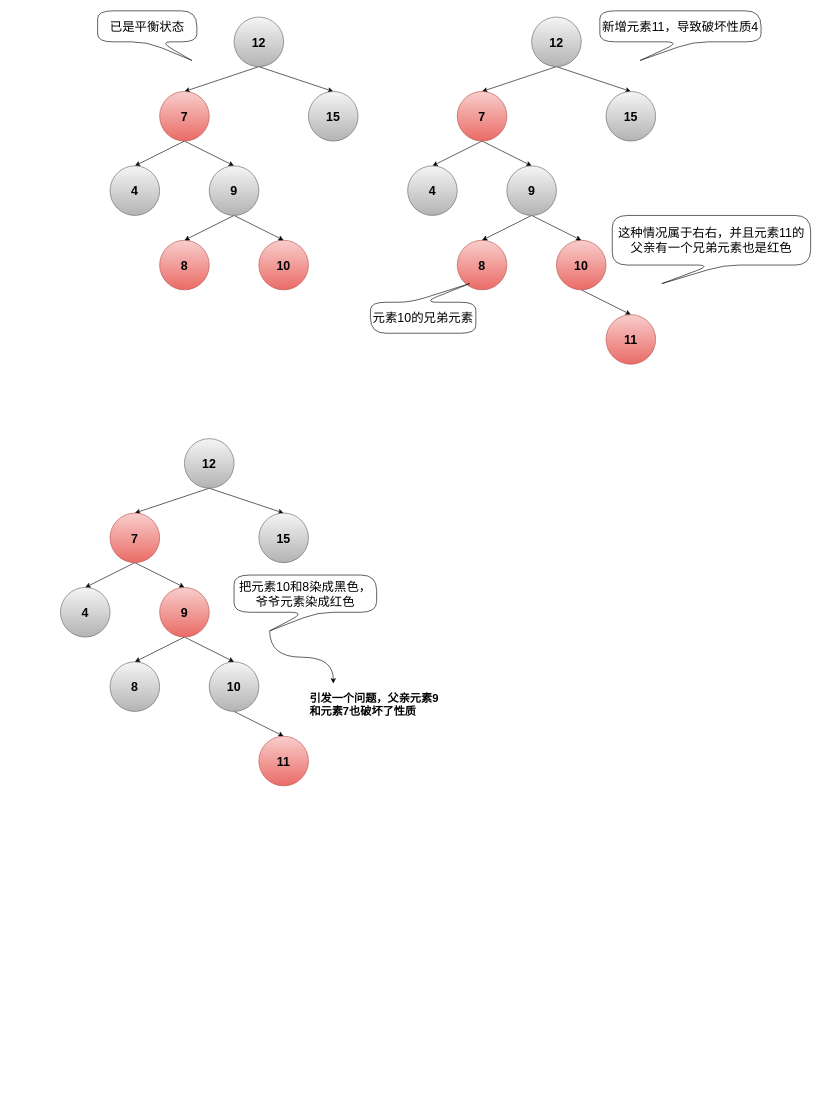
Before: page "右右-伴有兄弟节点" (5 of 5) of typora/JavaSE/6 集合/drawio/HashMap/红黑树失衡情况.drawio in LDChing0321/JavaLearn, a draw.io diagram. Source tidied: cells renumbered, new cells numbered last; positions are measured from the earlier drawing's top-left corner, leaving out a move shared by most shapes. Both pictures are drawn from the tidied source at 62%, with x=0, y=0 at pixel (60, 11).
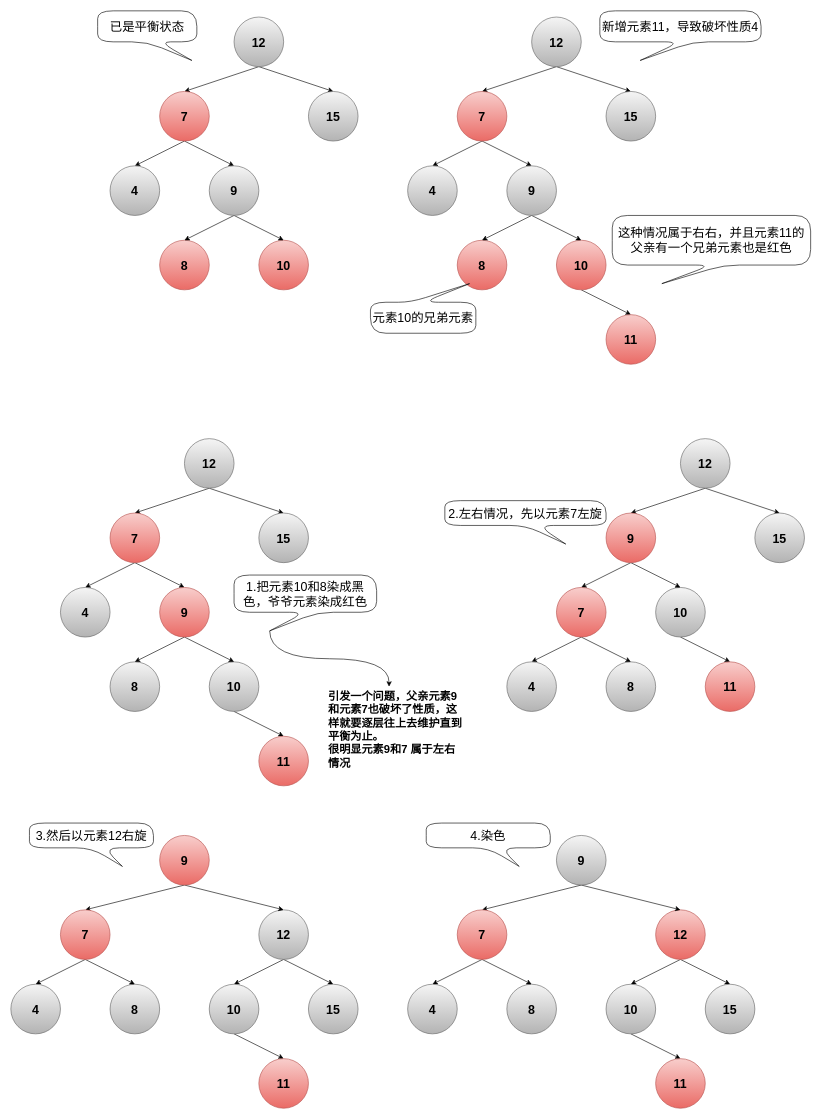
After the change.

Commit message:
更新红黑树失衡情况.drawio

What changed in the source:
```diff
@@
-    <mxCell id="49" style="edgeStyle=orthogonalEdgeStyle;rounded=0;jettySize=auto;html=1;exitX=0;exitY=0;exitDx=57.5;exitDy=90;exitPerimeter=0;entryX=0;entryY=0.5;entryDx=0;entryDy=0;curved=1;" parent="1" edge="1" source="50">
+    <mxCell id="49" style="edgeStyle=orthogonalEdgeStyle;rounded=0;jettySize=auto;html=1;exitX=0;exitY=0;exitDx=57.5;exitDy=90;exitPerimeter=0;curved=1;" parent="1" edge="1" source="50">
       <mxGeometry relative="1" as="geometry">
-        <mxPoint x="440" y="1085" as="targetPoint" />
+        <mxPoint x="530" y="1090" as="targetPoint" />
       </mxGeometry>
     </mxCell>
-    <mxCell id="50" value="把元素10和8染成黑色，爷爷元素染成红色" style="shape=callout;whiteSpace=wrap;html=1;perimeter=calloutPerimeter;fontSize=20;rounded=1;arcSize=50;position2=0.25;fontStyle=0;" parent="1" vertex="1">
+    <mxCell id="50" value="1.把元素10和8染成黑色，爷爷元素染成红色" style="shape=callout;whiteSpace=wrap;html=1;perimeter=calloutPerimeter;fontSize=20;rounded=1;arcSize=50;position2=0.25;fontStyle=0;" parent="1" vertex="1">
       <mxGeometry x="280" y="910" width="230" height="90" as="geometry" />
     </mxCell>
-    <mxCell id="51" value="引发一个问题，父亲元素9和元素7也破坏了性质" style="text;html=1;strokeColor=none;fillColor=none;align=left;verticalAlign=middle;whiteSpace=wrap;rounded=0;fontSize=18;fontStyle=1;" parent="1" vertex="1">
-      <mxGeometry x="400" y="1100" width="220" height="40" as="geometry" />
+    <mxCell id="51" value="引发一个问题，父亲元素9和元素7也破坏了性质，这样就要逐层往上去维护直到平衡为止。&lt;br&gt;很明显元素9和7 属于左右情况" style="text;html=1;strokeColor=none;fillColor=none;align=left;verticalAlign=middle;whiteSpace=wrap;rounded=0;fontSize=18;fontStyle=1;" parent="1" vertex="1">
+      <mxGeometry x="430" y="1140" width="220" height="40" as="geometry" />
     </mxCell>
+    <mxCell id="52" style="rounded=0;jettySize=auto;html=1;exitX=0.5;exitY=1;exitDx=0;exitDy=0;entryX=0.5;entryY=0;entryDx=0;entryDy=0;fontSize=20;" parent="1" edge="1" source="54">
+      <mxGeometry relative="1" as="geometry">
+        <mxPoint x="920" y="810" as="targetPoint" />
+      </mxGeometry>
+    </mxCell>
+    <mxCell id="53" style="edgeStyle=none;rounded=0;jettySize=auto;html=1;exitX=0.5;exitY=1;exitDx=0;exitDy=0;entryX=0.5;entryY=0;entryDx=0;entryDy=0;fontSize=20;" parent="1" edge="1" source="54" target="56">
+      <mxGeometry relative="1" as="geometry" />
+    </mxCell>
+    <mxCell id="54" value="&lt;b style=&quot;font-size: 20px;&quot;&gt;12&lt;/b&gt;" style="ellipse;whiteSpace=wrap;html=1;fontSize=20;fillColor=#f5f5f5;gradientColor=#b3b3b3;strokeColor=#666666;" parent="1" vertex="1">
+      <mxGeometry x="1000" y="690" width="80" height="80" as="geometry" />
+    </mxCell>
+    <mxCell id="55" style="edgeStyle=none;rounded=0;jettySize=auto;html=1;exitX=0.5;exitY=1;exitDx=0;exitDy=0;entryX=0.5;entryY=0;entryDx=0;entryDy=0;fontSize=20;" parent="1" edge="1" target="57">
+      <mxGeometry relative="1" as="geometry">
+        <mxPoint x="840" y="1010" as="sourcePoint" />
+      </mxGeometry>
+    </mxCell>
+    <mxCell id="56" value="&lt;b style=&quot;font-size: 20px;&quot;&gt;15&lt;/b&gt;" style="ellipse;whiteSpace=wrap;html=1;fontSize=20;fillColor=#f5f5f5;gradientColor=#b3b3b3;strokeColor=#666666;" parent="1" vertex="1">
+      <mxGeometry x="1120" y="810" width="80" height="80" as="geometry" />
+    </mxCell>
+    <mxCell id="57" value="&lt;b style=&quot;font-size: 20px;&quot;&gt;4&lt;/b&gt;" style="ellipse;whiteSpace=wrap;html=1;fontSize=20;fillColor=#f5f5f5;gradientColor=#b3b3b3;strokeColor=#666666;" parent="1" vertex="1">
+      <mxGeometry x="720" y="1050" width="80" height="80" as="geometry" />
+    </mxCell>
+    <mxCell id="58" style="rounded=0;jettySize=auto;html=1;exitX=0.5;exitY=1;exitDx=0;exitDy=0;entryX=0.5;entryY=0;entryDx=0;entryDy=0;" parent="1" edge="1" source="59" target="64">
+      <mxGeometry relative="1" as="geometry" />
+    </mxCell>
+    <mxCell id="59" value="&lt;b style=&quot;font-size: 20px;&quot;&gt;10&lt;/b&gt;" style="ellipse;whiteSpace=wrap;html=1;fontSize=20;fillColor=#f5f5f5;gradientColor=#b3b3b3;strokeColor=#666666;" parent="1" vertex="1">
+      <mxGeometry x="960" y="930" width="80" height="80" as="geometry" />
+    </mxCell>
+    <mxCell id="60" value="&lt;b style=&quot;font-size: 20px;&quot;&gt;8&lt;/b&gt;" style="ellipse;whiteSpace=wrap;html=1;fontSize=20;fillColor=#f5f5f5;gradientColor=#b3b3b3;strokeColor=#666666;" parent="1" vertex="1">
+      <mxGeometry x="880" y="1050" width="80" height="80" as="geometry" />
+    </mxCell>
+    <mxCell id="61" style="edgeStyle=none;rounded=0;jettySize=auto;html=1;exitX=0.5;exitY=1;exitDx=0;exitDy=0;entryX=0.5;entryY=0;entryDx=0;entryDy=0;fontSize=15;" parent="1" edge="1" source="63" target="59">
+      <mxGeometry relative="1" as="geometry" />
+    </mxCell>
+    <mxCell id="62" style="edgeStyle=none;rounded=0;jettySize=auto;html=1;exitX=0.5;exitY=1;exitDx=0;exitDy=0;entryX=0.5;entryY=0;entryDx=0;entryDy=0;fontSize=18;" parent="1" edge="1" source="63" target="67">
+      <mxGeometry relative="1" as="geometry" />
+    </mxCell>
+    <mxCell id="63" value="&lt;b style=&quot;font-size: 20px;&quot;&gt;9&lt;/b&gt;" style="ellipse;whiteSpace=wrap;html=1;fontSize=20;fillColor=#f8cecc;gradientColor=#ea6b66;strokeColor=#b85450;" parent="1" vertex="1">
+      <mxGeometry x="880" y="810" width="80" height="80" as="geometry" />
+    </mxCell>
+    <mxCell id="64" value="&lt;b style=&quot;font-size: 20px;&quot;&gt;11&lt;/b&gt;" style="ellipse;whiteSpace=wrap;html=1;fontSize=20;fillColor=#f8cecc;gradientColor=#ea6b66;strokeColor=#b85450;" parent="1" vertex="1">
+      <mxGeometry x="1040" y="1050" width="80" height="80" as="geometry" />
+    </mxCell>
+    <mxCell id="65" value="2.左右情况，先以元素7左旋" style="shape=callout;whiteSpace=wrap;html=1;perimeter=calloutPerimeter;fontSize=20;rounded=1;arcSize=50;position2=0.75;fontStyle=0;" parent="1" vertex="1">
+      <mxGeometry x="620" y="790" width="260" height="70" as="geometry" />
+    </mxCell>
+    <mxCell id="66" style="rounded=0;jettySize=auto;html=1;exitX=0.5;exitY=1;exitDx=0;exitDy=0;entryX=0.5;entryY=0;entryDx=0;entryDy=0;fontSize=18;" parent="1" edge="1" source="67" target="60">
+      <mxGeometry relative="1" as="geometry" />
+    </mxCell>
+    <mxCell id="67" value="&lt;b style=&quot;font-size: 20px;&quot;&gt;7&lt;/b&gt;" style="ellipse;whiteSpace=wrap;html=1;fontSize=20;fillColor=#f8cecc;strokeColor=#b85450;gradientColor=#ea6b66;" parent="1" vertex="1">
+      <mxGeometry x="800" y="930" width="80" height="80" as="geometry" />
+    </mxCell>
+    <mxCell id="68" style="edgeStyle=none;rounded=0;jettySize=auto;html=1;exitX=0.5;exitY=1;exitDx=0;exitDy=0;entryX=0.5;entryY=0;entryDx=0;entryDy=0;fontSize=20;" parent="1" edge="1" source="70" target="72">
+      <mxGeometry relative="1" as="geometry" />
+    </mxCell>
+    <mxCell id="69" style="edgeStyle=none;rounded=0;jettySize=auto;html=1;exitX=0.5;exitY=1;exitDx=0;exitDy=0;entryX=0.5;entryY=0;entryDx=0;entryDy=0;fontSize=18;" parent="1" edge="1" source="70" target="75">
+      <mxGeometry relative="1" as="geometry" />
+    </mxCell>
+    <mxCell id="70" value="&lt;b style=&quot;font-size: 20px;&quot;&gt;12&lt;/b&gt;" style="ellipse;whiteSpace=wrap;html=1;fontSize=20;fillColor=#f5f5f5;gradientColor=#b3b3b3;strokeColor=#666666;" parent="1" vertex="1">
+      <mxGeometry x="320" y="1450" width="80" height="80" as="geometry" />
+    </mxCell>
+    <mxCell id="71" style="edgeStyle=none;rounded=0;jettySize=auto;html=1;exitX=0.5;exitY=1;exitDx=0;exitDy=0;entryX=0.5;entryY=0;entryDx=0;entryDy=0;fontSize=20;" parent="1" edge="1" target="73">
+      <mxGeometry relative="1" as="geometry">
+        <mxPoint x="40" y="1530" as="sourcePoint" />
+      </mxGeometry>
+    </mxCell>
+    <mxCell id="72" value="&lt;b style=&quot;font-size: 20px;&quot;&gt;15&lt;/b&gt;" style="ellipse;whiteSpace=wrap;html=1;fontSize=20;fillColor=#f5f5f5;gradientColor=#b3b3b3;strokeColor=#666666;" parent="1" vertex="1">
+      <mxGeometry x="400" y="1570" width="80" height="80" as="geometry" />
+    </mxCell>
+    <mxCell id="73" value="&lt;b style=&quot;font-size: 20px;&quot;&gt;4&lt;/b&gt;" style="ellipse;whiteSpace=wrap;html=1;fontSize=20;fillColor=#f5f5f5;gradientColor=#b3b3b3;strokeColor=#666666;" parent="1" vertex="1">
+      <mxGeometry x="-80" y="1570" width="80" height="80" as="geometry" />
+    </mxCell>
+    <mxCell id="74" style="rounded=0;jettySize=auto;html=1;exitX=0.5;exitY=1;exitDx=0;exitDy=0;entryX=0.5;entryY=0;entryDx=0;entryDy=0;" parent="1" edge="1" source="75" target="80">
+      <mxGeometry relative="1" as="geometry" />
+    </mxCell>
+    <mxCell id="75" value="&lt;b style=&quot;font-size: 20px;&quot;&gt;10&lt;/b&gt;" style="ellipse;whiteSpace=wrap;html=1;fontSize=20;fillColor=#f5f5f5;gradientColor=#b3b3b3;strokeColor=#666666;" parent="1" vertex="1">
+      <mxGeometry x="240" y="1570" width="80" height="80" as="geometry" />
+    </mxCell>
+    <mxCell id="76" value="&lt;b style=&quot;font-size: 20px;&quot;&gt;8&lt;/b&gt;" style="ellipse;whiteSpace=wrap;html=1;fontSize=20;fillColor=#f5f5f5;gradientColor=#b3b3b3;strokeColor=#666666;" parent="1" vertex="1">
+      <mxGeometry x="80" y="1570" width="80" height="80" as="geometry" />
+    </mxCell>
+    <mxCell id="77" style="edgeStyle=none;rounded=0;jettySize=auto;html=1;exitX=0.5;exitY=1;exitDx=0;exitDy=0;entryX=0.5;entryY=0;entryDx=0;entryDy=0;fontSize=18;" parent="1" edge="1" source="79" target="82">
+      <mxGeometry relative="1" as="geometry" />
+    </mxCell>
+    <mxCell id="78" style="edgeStyle=none;rounded=0;jettySize=auto;html=1;exitX=0.5;exitY=1;exitDx=0;exitDy=0;entryX=0.5;entryY=0;entryDx=0;entryDy=0;fontSize=18;" parent="1" edge="1" source="79" target="70">
+      <mxGeometry relative="1" as="geometry" />
+    </mxCell>
+    <mxCell id="79" value="&lt;b style=&quot;font-size: 20px;&quot;&gt;9&lt;/b&gt;" style="ellipse;whiteSpace=wrap;html=1;fontSize=20;fillColor=#f8cecc;gradientColor=#ea6b66;strokeColor=#b85450;" parent="1" vertex="1">
+      <mxGeometry x="160" y="1330" width="80" height="80" as="geometry" />
+    </mxCell>
+    <mxCell id="80" value="&lt;b style=&quot;font-size: 20px;&quot;&gt;11&lt;/b&gt;" style="ellipse;whiteSpace=wrap;html=1;fontSize=20;fillColor=#f8cecc;gradientColor=#ea6b66;strokeColor=#b85450;" parent="1" vertex="1">
+      <mxGeometry x="320" y="1690" width="80" height="80" as="geometry" />
+    </mxCell>
+    <mxCell id="81" style="rounded=0;jettySize=auto;html=1;exitX=0.5;exitY=1;exitDx=0;exitDy=0;entryX=0.5;entryY=0;entryDx=0;entryDy=0;fontSize=18;" parent="1" edge="1" source="82" target="76">
+      <mxGeometry relative="1" as="geometry" />
+    </mxCell>
+    <mxCell id="82" value="&lt;b style=&quot;font-size: 20px;&quot;&gt;7&lt;/b&gt;" style="ellipse;whiteSpace=wrap;html=1;fontSize=20;fillColor=#f8cecc;strokeColor=#b85450;gradientColor=#ea6b66;" parent="1" vertex="1">
+      <mxGeometry y="1450" width="80" height="80" as="geometry" />
+    </mxCell>
+    <mxCell id="83" value="3.然后以元素12右旋" style="shape=callout;whiteSpace=wrap;html=1;perimeter=calloutPerimeter;fontSize=20;rounded=1;arcSize=50;position2=0.75;fontStyle=0;" parent="1" vertex="1">
+      <mxGeometry x="-50" y="1310" width="200" height="70" as="geometry" />
+    </mxCell>
+    <mxCell id="84" style="edgeStyle=none;rounded=0;jettySize=auto;html=1;exitX=0.5;exitY=1;exitDx=0;exitDy=0;entryX=0.5;entryY=0;entryDx=0;entryDy=0;fontSize=20;" parent="1" edge="1" source="86" target="88">
+      <mxGeometry relative="1" as="geometry" />
+    </mxCell>
+    <mxCell id="85" style="edgeStyle=none;rounded=0;jettySize=auto;html=1;exitX=0.5;exitY=1;exitDx=0;exitDy=0;entryX=0.5;entryY=0;entryDx=0;entryDy=0;fontSize=18;" parent="1" edge="1" source="86" target="91">
+      <mxGeometry relative="1" as="geometry" />
+    </mxCell>
+    <mxCell id="86" value="&lt;b style=&quot;font-size: 20px;&quot;&gt;12&lt;/b&gt;" style="ellipse;whiteSpace=wrap;html=1;fontSize=20;fillColor=#f8cecc;gradientColor=#ea6b66;strokeColor=#b85450;" parent="1" vertex="1">
+      <mxGeometry x="960" y="1450" width="80" height="80" as="geometry" />
+    </mxCell>
+    <mxCell id="87" style="edgeStyle=none;rounded=0;jettySize=auto;html=1;exitX=0.5;exitY=1;exitDx=0;exitDy=0;entryX=0.5;entryY=0;entryDx=0;entryDy=0;fontSize=20;" parent="1" edge="1" target="89">
+      <mxGeometry relative="1" as="geometry">
+        <mxPoint x="680" y="1530" as="sourcePoint" />
+      </mxGeometry>
+    </mxCell>
+    <mxCell id="88" value="&lt;b style=&quot;font-size: 20px;&quot;&gt;15&lt;/b&gt;" style="ellipse;whiteSpace=wrap;html=1;fontSize=20;fillColor=#f5f5f5;gradientColor=#b3b3b3;strokeColor=#666666;" parent="1" vertex="1">
+      <mxGeometry x="1040" y="1570" width="80" height="80" as="geometry" />
+    </mxCell>
+    <mxCell id="89" value="&lt;b style=&quot;font-size: 20px;&quot;&gt;4&lt;/b&gt;" style="ellipse;whiteSpace=wrap;html=1;fontSize=20;fillColor=#f5f5f5;gradientColor=#b3b3b3;strokeColor=#666666;" parent="1" vertex="1">
+      <mxGeometry x="560" y="1570" width="80" height="80" as="geometry" />
+    </mxCell>
+    <mxCell id="90" style="rounded=0;jettySize=auto;html=1;exitX=0.5;exitY=1;exitDx=0;exitDy=0;entryX=0.5;entryY=0;entryDx=0;entryDy=0;" parent="1" edge="1" source="91" target="96">
+      <mxGeometry relative="1" as="geometry" />
+    </mxCell>
+    <mxCell id="91" value="&lt;b style=&quot;font-size: 20px;&quot;&gt;10&lt;/b&gt;" style="ellipse;whiteSpace=wrap;html=1;fontSize=20;fillColor=#f5f5f5;gradientColor=#b3b3b3;strokeColor=#666666;" parent="1" vertex="1">
+      <mxGeometry x="880" y="1570" width="80" height="80" as="geometry" />
+    </mxCell>
+    <mxCell id="92" value="&lt;b style=&quot;font-size: 20px;&quot;&gt;8&lt;/b&gt;" style="ellipse;whiteSpace=wrap;html=1;fontSize=20;fillColor=#f5f5f5;gradientColor=#b3b3b3;strokeColor=#666666;" parent="1" vertex="1">
+      <mxGeometry x="720" y="1570" width="80" height="80" as="geometry" />
+    </mxCell>
+    <mxCell id="93" style="edgeStyle=none;rounded=0;jettySize=auto;html=1;exitX=0.5;exitY=1;exitDx=0;exitDy=0;entryX=0.5;entryY=0;entryDx=0;entryDy=0;fontSize=18;" parent="1" edge="1" source="95" target="98">
+      <mxGeometry relative="1" as="geometry" />
+    </mxCell>
+    <mxCell id="94" style="edgeStyle=none;rounded=0;jettySize=auto;html=1;exitX=0.5;exitY=1;exitDx=0;exitDy=0;entryX=0.5;entryY=0;entryDx=0;entryDy=0;fontSize=18;" parent="1" edge="1" source="95" target="86">
+      <mxGeometry relative="1" as="geometry" />
+    </mxCell>
+    <mxCell id="95" value="&lt;b style=&quot;font-size: 20px;&quot;&gt;9&lt;/b&gt;" style="ellipse;whiteSpace=wrap;html=1;fontSize=20;fillColor=#f5f5f5;gradientColor=#b3b3b3;strokeColor=#666666;" parent="1" vertex="1">
+      <mxGeometry x="800" y="1330" width="80" height="80" as="geometry" />
+    </mxCell>
+    <mxCell id="96" value="&lt;b style=&quot;font-size: 20px;&quot;&gt;11&lt;/b&gt;" style="ellipse;whiteSpace=wrap;html=1;fontSize=20;fillColor=#f8cecc;gradientColor=#ea6b66;strokeColor=#b85450;" parent="1" vertex="1">
+      <mxGeometry x="960" y="1690" width="80" height="80" as="geometry" />
+    </mxCell>
+    <mxCell id="97" style="rounded=0;jettySize=auto;html=1;exitX=0.5;exitY=1;exitDx=0;exitDy=0;entryX=0.5;entryY=0;entryDx=0;entryDy=0;fontSize=18;" parent="1" edge="1" source="98" target="92">
+      <mxGeometry relative="1" as="geometry" />
+    </mxCell>
+    <mxCell id="98" value="&lt;b style=&quot;font-size: 20px;&quot;&gt;7&lt;/b&gt;" style="ellipse;whiteSpace=wrap;html=1;fontSize=20;fillColor=#f8cecc;strokeColor=#b85450;gradientColor=#ea6b66;" parent="1" vertex="1">
+      <mxGeometry x="640" y="1450" width="80" height="80" as="geometry" />
+    </mxCell>
+    <mxCell id="99" value="4.染色" style="shape=callout;whiteSpace=wrap;html=1;perimeter=calloutPerimeter;fontSize=20;rounded=1;arcSize=50;position2=0.75;fontStyle=0;" parent="1" vertex="1">
+      <mxGeometry x="590" y="1310" width="200" height="70" as="geometry" />
+    </mxCell>
```
